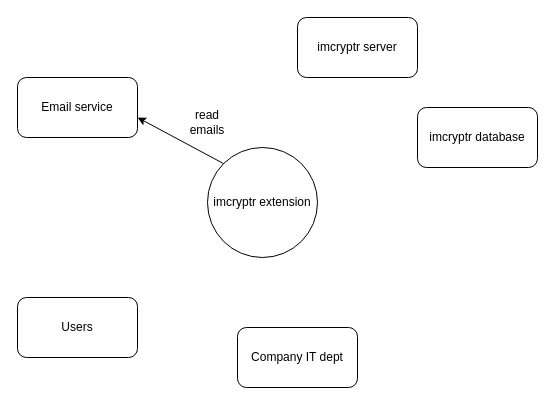
Earlier version of the draw.io diagram Context Diagram.drawio (dnguyen1648/software-engineering-proj). Source tidied: cells renumbered, new cells numbered last; positions are measured from the earlier drawing's top-left corner, leaving out a move shared by most shapes. Both pictures are drawn from the tidied source at 100%, with x=0, y=0 at pixel (17, 17).
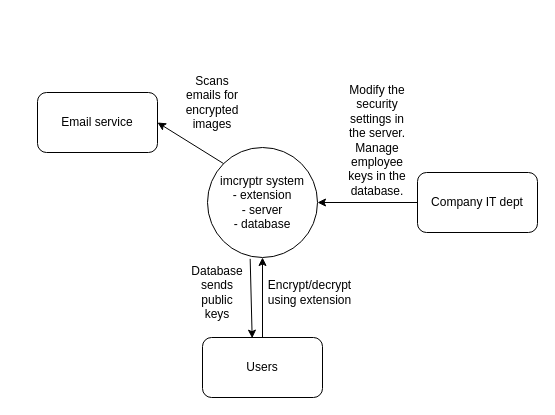
The same page after the edit.

The edit, as a diff of the source:
```diff
@@
 <mxGraphModel>
   <root>
     <mxCell id="0" />
     <mxCell id="1" parent="0" />
-    <mxCell id="2" value="imcryptr extension" style="ellipse;whiteSpace=wrap;html=1;" parent="1" vertex="1">
+    <mxCell id="2" value="imcryptr system&lt;br&gt;- extension&lt;br&gt;- server&lt;br&gt;- database" style="ellipse;whiteSpace=wrap;html=1;" parent="1" vertex="1">
       <mxGeometry x="190" y="130" width="110" height="110" as="geometry" />
     </mxCell>
-    <mxCell id="3" style="endArrow=classic;html=1;rounded=0;exitX=0;exitY=0;exitDx=0;exitDy=0;entryX=1;entryY=1;entryDx=0;entryDy=0;" parent="1" edge="1" source="2">
-      <mxGeometry relative="1" as="geometry">
-        <mxPoint x="120" y="100" as="targetPoint" />
-      </mxGeometry>
+    <mxCell id="3" style="endArrow=classic;html=1;rounded=0;exitX=0;exitY=0;exitDx=0;exitDy=0;entryX=1;entryY=0.5;entryDx=0;entryDy=0;" parent="1" edge="1" source="2" target="6">
+      <mxGeometry relative="1" as="geometry" />
     </mxCell>
-    <mxCell id="4" value="read emails" style="text;html=1;strokeColor=none;fillColor=none;align=center;verticalAlign=middle;whiteSpace=wrap;rounded=0;" parent="1" vertex="1">
-      <mxGeometry x="160" y="90" width="60" height="30" as="geometry" />
+    <mxCell id="4" value="Scans emails for encrypted images" style="text;html=1;strokeColor=none;fillColor=none;align=center;verticalAlign=middle;whiteSpace=wrap;rounded=0;" parent="1" vertex="1">
+      <mxGeometry x="160" y="50" width="70" height="70" as="geometry" />
     </mxCell>
     <mxCell id="5" value="Users" style="rounded=1;whiteSpace=wrap;html=1;" parent="1" vertex="1">
-      <mxGeometry y="280" width="120" height="60" as="geometry" />
+      <mxGeometry x="185" y="320" width="120" height="60" as="geometry" />
     </mxCell>
     <mxCell id="6" value="Email service" style="rounded=1;whiteSpace=wrap;html=1;" parent="1" vertex="1">
-      <mxGeometry y="60" width="120" height="60" as="geometry" />
+      <mxGeometry x="20" y="75" width="120" height="60" as="geometry" />
     </mxCell>
     <mxCell id="7" value="Company IT dept" style="rounded=1;whiteSpace=wrap;html=1;" parent="1" vertex="1">
-      <mxGeometry x="220" y="310" width="120" height="60" as="geometry" />
+      <mxGeometry x="400" y="155" width="120" height="60" as="geometry" />
     </mxCell>
-    <mxCell id="8" value="imcryptr server" style="rounded=1;whiteSpace=wrap;html=1;" parent="1" vertex="1">
-      <mxGeometry x="280" width="120" height="60" as="geometry" />
-    </mxCell>
-    <mxCell id="9" value="imcryptr database" style="rounded=1;whiteSpace=wrap;html=1;" parent="1" vertex="1">
-      <mxGeometry x="400" y="90" width="120" height="60" as="geometry" />
-    </mxCell>
+    <mxCell id="10" style="endArrow=classic;html=1;rounded=0;exitX=0.5;exitY=0;exitDx=0;exitDy=0;entryX=0.5;entryY=1;entryDx=0;entryDy=0;" parent="1" edge="1" source="5" target="2">
+      <mxGeometry relative="1" as="geometry" />
+    </mxCell>
+    <mxCell id="11" value="Encrypt/decrypt using extension" style="text;html=1;strokeColor=none;fillColor=none;align=center;verticalAlign=middle;whiteSpace=wrap;rounded=0;" parent="1" vertex="1">
+      <mxGeometry x="245" y="240" width="95" height="70" as="geometry" />
+    </mxCell>
+    <mxCell id="12" style="endArrow=classic;html=1;rounded=0;exitX=0;exitY=0.5;exitDx=0;exitDy=0;entryX=1;entryY=0.5;entryDx=0;entryDy=0;" parent="1" edge="1" source="7" target="2">
+      <mxGeometry relative="1" as="geometry" />
+    </mxCell>
+    <mxCell id="13" value="Modify the security settings in the server. Manage employee keys in the database." style="text;html=1;strokeColor=none;fillColor=none;align=center;verticalAlign=middle;whiteSpace=wrap;rounded=0;" parent="1" vertex="1">
+      <mxGeometry x="330" y="50" width="60" height="145" as="geometry" />
+    </mxCell>
+    <mxCell id="14" style="endArrow=classic;html=1;rounded=0;exitX=0.388;exitY=1.012;exitDx=0;exitDy=0;exitPerimeter=0;entryX=0.414;entryY=0.011;entryDx=0;entryDy=0;entryPerimeter=0;" parent="1" edge="1" source="2" target="5">
+      <mxGeometry relative="1" as="geometry" />
+    </mxCell>
+    <mxCell id="15" value="Database sends public keys" style="text;html=1;strokeColor=none;fillColor=none;align=center;verticalAlign=middle;whiteSpace=wrap;rounded=0;" parent="1" vertex="1">
+      <mxGeometry x="170" y="240" width="60" height="70" as="geometry" />
+    </mxCell>
   </root>
 </mxGraphModel>
```
